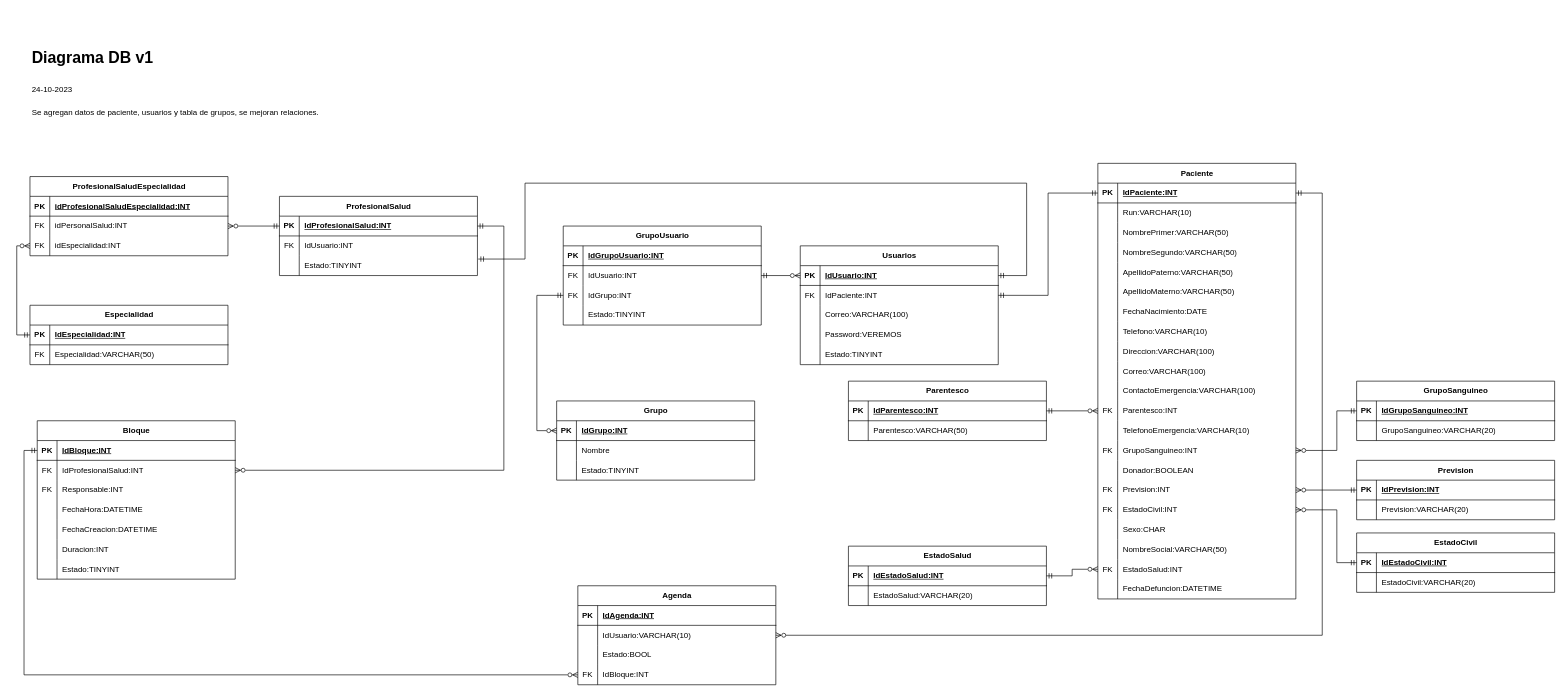
This is DiagramaDB.drawio from JonaNomas/his-diagram, a draw.io file, before an edit. Source tidied: cells renumbered, new cells numbered last; positions are measured from the earlier drawing's top-left corner, leaving out a move shared by most shapes. Both pictures are drawn from the tidied source at 66%, with x=0, y=0 at pixel (28, 44).
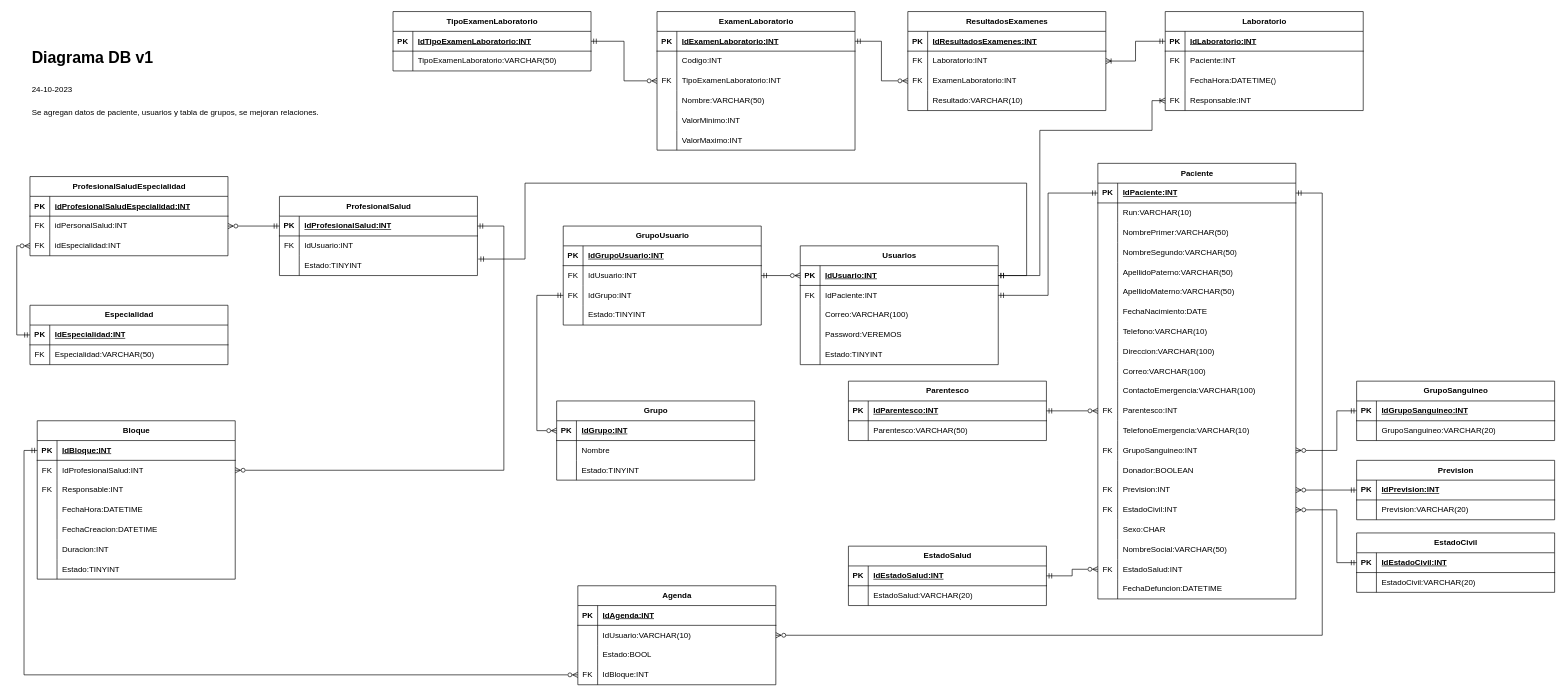
Above is the later version.

Commit message:
Tablas para el manejo de Laboratorio

The change refers to these unchanged cells:
```xml
<mxCell id="144" style="shape=tableRow;horizontal=0;startSize=0;swimlaneHead=0;swimlaneBody=0;fillColor=none;points=[[0,0.5],[1,0.5]];portConstraint=eastwest;top=0;left=0;right=0;bottom=1;" parent="143" vertex="1">
  <mxGeometry y="30" width="300" height="30" as="geometry" />
</mxCell>
```

Change to the diagram source:
```diff
@@
+    <mxCell id="218" value="ExamenLaboratorio" style="shape=table;startSize=30;childLayout=tableLayout;rowLines=0;fontStyle=1;align=center;html=1;" parent="1" vertex="1">
+      <mxGeometry x="952" y="-50" width="300" height="210" as="geometry" />
+    </mxCell>
+    <mxCell id="219" style="shape=tableRow;horizontal=0;startSize=0;swimlaneHead=0;swimlaneBody=0;fillColor=none;points=[[0,0.5],[1,0.5]];portConstraint=eastwest;top=0;left=0;right=0;bottom=1;" parent="218" vertex="1">
+      <mxGeometry y="30" width="300" height="30" as="geometry" />
+    </mxCell>
+    <mxCell id="220" value="PK" style="shape=partialRectangle;fillColor=none;top=0;left=0;bottom=0;right=0;fontStyle=1;overflow=hidden;whiteSpace=wrap;html=1;" parent="219" vertex="1">
+      <mxGeometry width="30" height="30" as="geometry" />
+    </mxCell>
+    <mxCell id="221" value="IdExamenLaboratorio:INT" style="shape=partialRectangle;fillColor=none;top=0;left=0;bottom=0;right=0;align=left;spacingLeft=6;fontStyle=5;overflow=hidden;whiteSpace=wrap;html=1;" parent="219" vertex="1">
+      <mxGeometry x="30" width="270" height="30" as="geometry" />
+    </mxCell>
+    <mxCell id="222" style="shape=tableRow;horizontal=0;startSize=0;swimlaneHead=0;swimlaneBody=0;fillColor=none;top=0;left=0;right=0;bottom=0;" parent="218" vertex="1">
+      <mxGeometry y="60" width="300" height="30" as="geometry" />
+    </mxCell>
+    <mxCell id="223" style="shape=partialRectangle;fillColor=none;top=0;left=0;bottom=0;right=0;overflow=hidden;whiteSpace=wrap;html=1;" parent="222" vertex="1">
+      <mxGeometry width="30" height="30" as="geometry" />
+    </mxCell>
+    <mxCell id="224" value="Codigo:INT" style="shape=partialRectangle;fillColor=none;top=0;left=0;bottom=0;right=0;align=left;spacingLeft=6;overflow=hidden;whiteSpace=wrap;html=1;" parent="222" vertex="1">
+      <mxGeometry x="30" width="270" height="30" as="geometry" />
+    </mxCell>
+    <mxCell id="225" style="shape=tableRow;horizontal=0;startSize=0;swimlaneHead=0;swimlaneBody=0;fillColor=none;points=[[0,0.5],[1,0.5]];portConstraint=eastwest;top=0;left=0;right=0;bottom=0;" parent="218" vertex="1">
+      <mxGeometry y="90" width="300" height="30" as="geometry" />
+    </mxCell>
+    <mxCell id="226" value="FK" style="shape=partialRectangle;fillColor=none;top=0;left=0;bottom=0;right=0;overflow=hidden;whiteSpace=wrap;html=1;" parent="225" vertex="1">
+      <mxGeometry width="30" height="30" as="geometry" />
+    </mxCell>
+    <mxCell id="227" value="TipoExamenLaboratorio:INT" style="shape=partialRectangle;fillColor=none;top=0;left=0;bottom=0;right=0;align=left;spacingLeft=6;overflow=hidden;whiteSpace=wrap;html=1;" parent="225" vertex="1">
+      <mxGeometry x="30" width="270" height="30" as="geometry" />
+    </mxCell>
+    <mxCell id="228" style="shape=tableRow;horizontal=0;startSize=0;swimlaneHead=0;swimlaneBody=0;fillColor=none;top=0;left=0;right=0;bottom=0;" parent="218" vertex="1">
+      <mxGeometry y="120" width="300" height="30" as="geometry" />
+    </mxCell>
+    <mxCell id="229" style="shape=partialRectangle;fillColor=none;top=0;left=0;bottom=0;right=0;overflow=hidden;whiteSpace=wrap;html=1;" parent="228" vertex="1">
+      <mxGeometry width="30" height="30" as="geometry" />
+    </mxCell>
+    <mxCell id="230" value="Nombre:VARCHAR(50)" style="shape=partialRectangle;fillColor=none;top=0;left=0;bottom=0;right=0;align=left;spacingLeft=6;overflow=hidden;whiteSpace=wrap;html=1;" parent="228" vertex="1">
+      <mxGeometry x="30" width="270" height="30" as="geometry" />
+    </mxCell>
+    <mxCell id="231" style="shape=tableRow;horizontal=0;startSize=0;swimlaneHead=0;swimlaneBody=0;fillColor=none;top=0;left=0;right=0;bottom=0;" parent="218" vertex="1">
+      <mxGeometry y="150" width="300" height="30" as="geometry" />
+    </mxCell>
+    <mxCell id="232" style="shape=partialRectangle;fillColor=none;top=0;left=0;bottom=0;right=0;overflow=hidden;whiteSpace=wrap;html=1;" parent="231" vertex="1">
+      <mxGeometry width="30" height="30" as="geometry" />
+    </mxCell>
+    <mxCell id="233" value="ValorMinimo:INT" style="shape=partialRectangle;fillColor=none;top=0;left=0;bottom=0;right=0;align=left;spacingLeft=6;overflow=hidden;whiteSpace=wrap;html=1;" parent="231" vertex="1">
+      <mxGeometry x="30" width="270" height="30" as="geometry" />
+    </mxCell>
+    <mxCell id="234" style="shape=tableRow;horizontal=0;startSize=0;swimlaneHead=0;swimlaneBody=0;fillColor=none;top=0;left=0;right=0;bottom=0;" parent="218" vertex="1">
+      <mxGeometry y="180" width="300" height="30" as="geometry" />
+    </mxCell>
+    <mxCell id="235" style="shape=partialRectangle;fillColor=none;top=0;left=0;bottom=0;right=0;overflow=hidden;whiteSpace=wrap;html=1;" parent="234" vertex="1">
+      <mxGeometry width="30" height="30" as="geometry" />
+    </mxCell>
+    <mxCell id="236" value="ValorMaximo:INT" style="shape=partialRectangle;fillColor=none;top=0;left=0;bottom=0;right=0;align=left;spacingLeft=6;overflow=hidden;whiteSpace=wrap;html=1;" parent="234" vertex="1">
+      <mxGeometry x="30" width="270" height="30" as="geometry" />
+    </mxCell>
+    <mxCell id="237" value="Laboratorio" style="shape=table;startSize=30;childLayout=tableLayout;rowLines=0;fontStyle=1;align=center;html=1;" parent="1" vertex="1">
+      <mxGeometry x="1722" y="-50" width="300" height="150" as="geometry" />
+    </mxCell>
+    <mxCell id="238" style="shape=tableRow;horizontal=0;startSize=0;swimlaneHead=0;swimlaneBody=0;fillColor=none;points=[[0,0.5],[1,0.5]];portConstraint=eastwest;top=0;left=0;right=0;bottom=1;" parent="237" vertex="1">
+      <mxGeometry y="30" width="300" height="30" as="geometry" />
+    </mxCell>
+    <mxCell id="239" value="PK" style="shape=partialRectangle;fillColor=none;top=0;left=0;bottom=0;right=0;fontStyle=1;overflow=hidden;whiteSpace=wrap;html=1;" parent="238" vertex="1">
+      <mxGeometry width="30" height="30" as="geometry" />
+    </mxCell>
+    <mxCell id="240" value="IdLaboratorio:INT" style="shape=partialRectangle;fillColor=none;top=0;left=0;bottom=0;right=0;align=left;spacingLeft=6;fontStyle=5;overflow=hidden;whiteSpace=wrap;html=1;" parent="238" vertex="1">
+      <mxGeometry x="30" width="270" height="30" as="geometry" />
+    </mxCell>
+    <mxCell id="241" style="shape=tableRow;horizontal=0;startSize=0;swimlaneHead=0;swimlaneBody=0;fillColor=none;top=0;left=0;right=0;bottom=0;" parent="237" vertex="1">
+      <mxGeometry y="60" width="300" height="30" as="geometry" />
+    </mxCell>
+    <mxCell id="242" value="FK" style="shape=partialRectangle;fillColor=none;top=0;left=0;bottom=0;right=0;overflow=hidden;whiteSpace=wrap;html=1;" parent="241" vertex="1">
+      <mxGeometry width="30" height="30" as="geometry" />
+    </mxCell>
+    <mxCell id="243" value="Paciente:INT" style="shape=partialRectangle;fillColor=none;top=0;left=0;bottom=0;right=0;align=left;spacingLeft=6;overflow=hidden;whiteSpace=wrap;html=1;" parent="241" vertex="1">
+      <mxGeometry x="30" width="270" height="30" as="geometry" />
+    </mxCell>
+    <mxCell id="244" style="shape=tableRow;horizontal=0;startSize=0;swimlaneHead=0;swimlaneBody=0;fillColor=none;top=0;left=0;right=0;bottom=0;" parent="237" vertex="1">
+      <mxGeometry y="90" width="300" height="30" as="geometry" />
+    </mxCell>
+    <mxCell id="245" style="shape=partialRectangle;fillColor=none;top=0;left=0;bottom=0;right=0;overflow=hidden;whiteSpace=wrap;html=1;" parent="244" vertex="1">
+      <mxGeometry width="30" height="30" as="geometry" />
+    </mxCell>
+    <mxCell id="246" value="FechaHora:DATETIME()" style="shape=partialRectangle;fillColor=none;top=0;left=0;bottom=0;right=0;align=left;spacingLeft=6;overflow=hidden;whiteSpace=wrap;html=1;" parent="244" vertex="1">
+      <mxGeometry x="30" width="270" height="30" as="geometry" />
+    </mxCell>
+    <mxCell id="247" style="shape=tableRow;horizontal=0;startSize=0;swimlaneHead=0;swimlaneBody=0;fillColor=none;points=[[0,0.5],[1,0.5]];portConstraint=eastwest;top=0;left=0;right=0;bottom=0;" parent="237" vertex="1">
+      <mxGeometry y="120" width="300" height="30" as="geometry" />
+    </mxCell>
+    <mxCell id="248" value="FK" style="shape=partialRectangle;fillColor=none;top=0;left=0;bottom=0;right=0;overflow=hidden;whiteSpace=wrap;html=1;" parent="247" vertex="1">
+      <mxGeometry width="30" height="30" as="geometry" />
+    </mxCell>
+    <mxCell id="249" value="Responsable:INT" style="shape=partialRectangle;fillColor=none;top=0;left=0;bottom=0;right=0;align=left;spacingLeft=6;overflow=hidden;whiteSpace=wrap;html=1;" parent="247" vertex="1">
+      <mxGeometry x="30" width="270" height="30" as="geometry" />
+    </mxCell>
+    <mxCell id="250" style="edgeStyle=orthogonalEdgeStyle;rounded=0;jettySize=auto;html=1;entryX=0;entryY=0.5;entryDx=0;entryDy=0;startArrow=ERoneToMany;startFill=0;endArrow=ERmandOne;endFill=0;" parent="1" edge="1" source="251" target="238">
+      <mxGeometry relative="1" as="geometry" />
+    </mxCell>
+    <mxCell id="251" value="ResultadosExamenes" style="shape=table;startSize=30;childLayout=tableLayout;rowLines=0;fontStyle=1;align=center;html=1;" parent="1" vertex="1">
+      <mxGeometry x="1332" y="-50" width="300" height="150" as="geometry" />
+    </mxCell>
+    <mxCell id="252" style="shape=tableRow;horizontal=0;startSize=0;swimlaneHead=0;swimlaneBody=0;fillColor=none;top=0;left=0;right=0;bottom=1;" parent="251" vertex="1">
+      <mxGeometry y="30" width="300" height="30" as="geometry" />
+    </mxCell>
+    <mxCell id="253" value="PK" style="shape=partialRectangle;fillColor=none;top=0;left=0;bottom=0;right=0;fontStyle=1;overflow=hidden;whiteSpace=wrap;html=1;" parent="252" vertex="1">
+      <mxGeometry width="30" height="30" as="geometry" />
+    </mxCell>
+    <mxCell id="254" value="IdResultadosExamenes:INT" style="shape=partialRectangle;fillColor=none;top=0;left=0;bottom=0;right=0;align=left;spacingLeft=6;fontStyle=5;overflow=hidden;whiteSpace=wrap;html=1;" parent="252" vertex="1">
+      <mxGeometry x="30" width="270" height="30" as="geometry" />
+    </mxCell>
+    <mxCell id="255" style="shape=tableRow;horizontal=0;startSize=0;swimlaneHead=0;swimlaneBody=0;fillColor=none;top=0;left=0;right=0;bottom=0;" parent="251" vertex="1">
+      <mxGeometry y="60" width="300" height="30" as="geometry" />
+    </mxCell>
+    <mxCell id="256" value="FK" style="shape=partialRectangle;fillColor=none;top=0;left=0;bottom=0;right=0;overflow=hidden;whiteSpace=wrap;html=1;" parent="255" vertex="1">
+      <mxGeometry width="30" height="30" as="geometry" />
+    </mxCell>
+    <mxCell id="257" value="Laboratorio:INT" style="shape=partialRectangle;fillColor=none;top=0;left=0;bottom=0;right=0;align=left;spacingLeft=6;overflow=hidden;whiteSpace=wrap;html=1;" parent="255" vertex="1">
+      <mxGeometry x="30" width="270" height="30" as="geometry" />
+    </mxCell>
+    <mxCell id="258" style="shape=tableRow;horizontal=0;startSize=0;swimlaneHead=0;swimlaneBody=0;fillColor=none;points=[[0,0.5],[1,0.5]];portConstraint=eastwest;top=0;left=0;right=0;bottom=0;" parent="251" vertex="1">
+      <mxGeometry y="90" width="300" height="30" as="geometry" />
+    </mxCell>
+    <mxCell id="259" value="FK" style="shape=partialRectangle;fillColor=none;top=0;left=0;bottom=0;right=0;overflow=hidden;whiteSpace=wrap;html=1;" parent="258" vertex="1">
+      <mxGeometry width="30" height="30" as="geometry" />
+    </mxCell>
+    <mxCell id="260" value="ExamenLaboratorio:INT" style="shape=partialRectangle;fillColor=none;top=0;left=0;bottom=0;right=0;align=left;spacingLeft=6;overflow=hidden;whiteSpace=wrap;html=1;" parent="258" vertex="1">
+      <mxGeometry x="30" width="270" height="30" as="geometry" />
+    </mxCell>
+    <mxCell id="261" style="shape=tableRow;horizontal=0;startSize=0;swimlaneHead=0;swimlaneBody=0;fillColor=none;top=0;left=0;right=0;bottom=0;" parent="251" vertex="1">
+      <mxGeometry y="120" width="300" height="30" as="geometry" />
+    </mxCell>
+    <mxCell id="262" style="shape=partialRectangle;fillColor=none;top=0;left=0;bottom=0;right=0;overflow=hidden;whiteSpace=wrap;html=1;" parent="261" vertex="1">
+      <mxGeometry width="30" height="30" as="geometry" />
+    </mxCell>
+    <mxCell id="263" value="Resultado:VARCHAR(10)" style="shape=partialRectangle;fillColor=none;top=0;left=0;bottom=0;right=0;align=left;spacingLeft=6;overflow=hidden;whiteSpace=wrap;html=1;" parent="261" vertex="1">
+      <mxGeometry x="30" width="270" height="30" as="geometry" />
+    </mxCell>
+    <mxCell id="264" style="edgeStyle=orthogonalEdgeStyle;rounded=0;jettySize=auto;html=1;entryX=0;entryY=0.5;entryDx=0;entryDy=0;startArrow=ERmandOne;startFill=0;endArrow=ERzeroToMany;endFill=0;" parent="1" edge="1" source="265" target="225">
+      <mxGeometry relative="1" as="geometry" />
+    </mxCell>
+    <mxCell id="265" value="TipoExamenLaboratorio" style="shape=table;startSize=30;childLayout=tableLayout;rowLines=0;fontStyle=1;align=center;html=1;" parent="1" vertex="1">
+      <mxGeometry x="552" y="-50" width="300" height="90" as="geometry" />
+    </mxCell>
+    <mxCell id="266" style="shape=tableRow;horizontal=0;startSize=0;swimlaneHead=0;swimlaneBody=0;fillColor=none;top=0;left=0;right=0;bottom=1;" parent="265" vertex="1">
+      <mxGeometry y="30" width="300" height="30" as="geometry" />
+    </mxCell>
+    <mxCell id="267" value="PK" style="shape=partialRectangle;fillColor=none;top=0;left=0;bottom=0;right=0;fontStyle=1;overflow=hidden;whiteSpace=wrap;html=1;" parent="266" vertex="1">
+      <mxGeometry width="30" height="30" as="geometry" />
+    </mxCell>
+    <mxCell id="268" value="IdTipoExamenLaboratorio:INT" style="shape=partialRectangle;fillColor=none;top=0;left=0;bottom=0;right=0;align=left;spacingLeft=6;fontStyle=5;overflow=hidden;whiteSpace=wrap;html=1;" parent="266" vertex="1">
+      <mxGeometry x="30" width="270" height="30" as="geometry" />
+    </mxCell>
+    <mxCell id="269" style="shape=tableRow;horizontal=0;startSize=0;swimlaneHead=0;swimlaneBody=0;fillColor=none;top=0;left=0;right=0;bottom=0;" parent="265" vertex="1">
+      <mxGeometry y="60" width="300" height="30" as="geometry" />
+    </mxCell>
+    <mxCell id="270" style="shape=partialRectangle;fillColor=none;top=0;left=0;bottom=0;right=0;overflow=hidden;whiteSpace=wrap;html=1;" parent="269" vertex="1">
+      <mxGeometry width="30" height="30" as="geometry" />
+    </mxCell>
+    <mxCell id="271" value="TipoExamenLaboratorio:VARCHAR(50)" style="shape=partialRectangle;fillColor=none;top=0;left=0;bottom=0;right=0;align=left;spacingLeft=6;overflow=hidden;whiteSpace=wrap;html=1;" parent="269" vertex="1">
+      <mxGeometry x="30" width="270" height="30" as="geometry" />
+    </mxCell>
+    <mxCell id="272" style="edgeStyle=orthogonalEdgeStyle;rounded=0;jettySize=auto;html=1;entryX=0;entryY=0.5;entryDx=0;entryDy=0;startArrow=ERmandOne;startFill=0;endArrow=ERzeroToMany;endFill=0;" parent="1" edge="1" source="219" target="258">
+      <mxGeometry relative="1" as="geometry" />
+    </mxCell>
+    <mxCell id="273" style="edgeStyle=orthogonalEdgeStyle;rounded=0;jettySize=auto;html=1;entryX=0;entryY=0.5;entryDx=0;entryDy=0;startArrow=ERmandOne;startFill=0;endArrow=ERoneToMany;endFill=0;" parent="1" edge="1" source="144" target="247">
+      <mxGeometry relative="1" as="geometry">
+        <Array as="points">
+          <mxPoint x="1532" y="350" />
+          <mxPoint x="1532" y="130" />
+          <mxPoint x="1702" y="130" />
+          <mxPoint x="1702" y="85" />
+        </Array>
+      </mxGeometry>
+    </mxCell>
```
